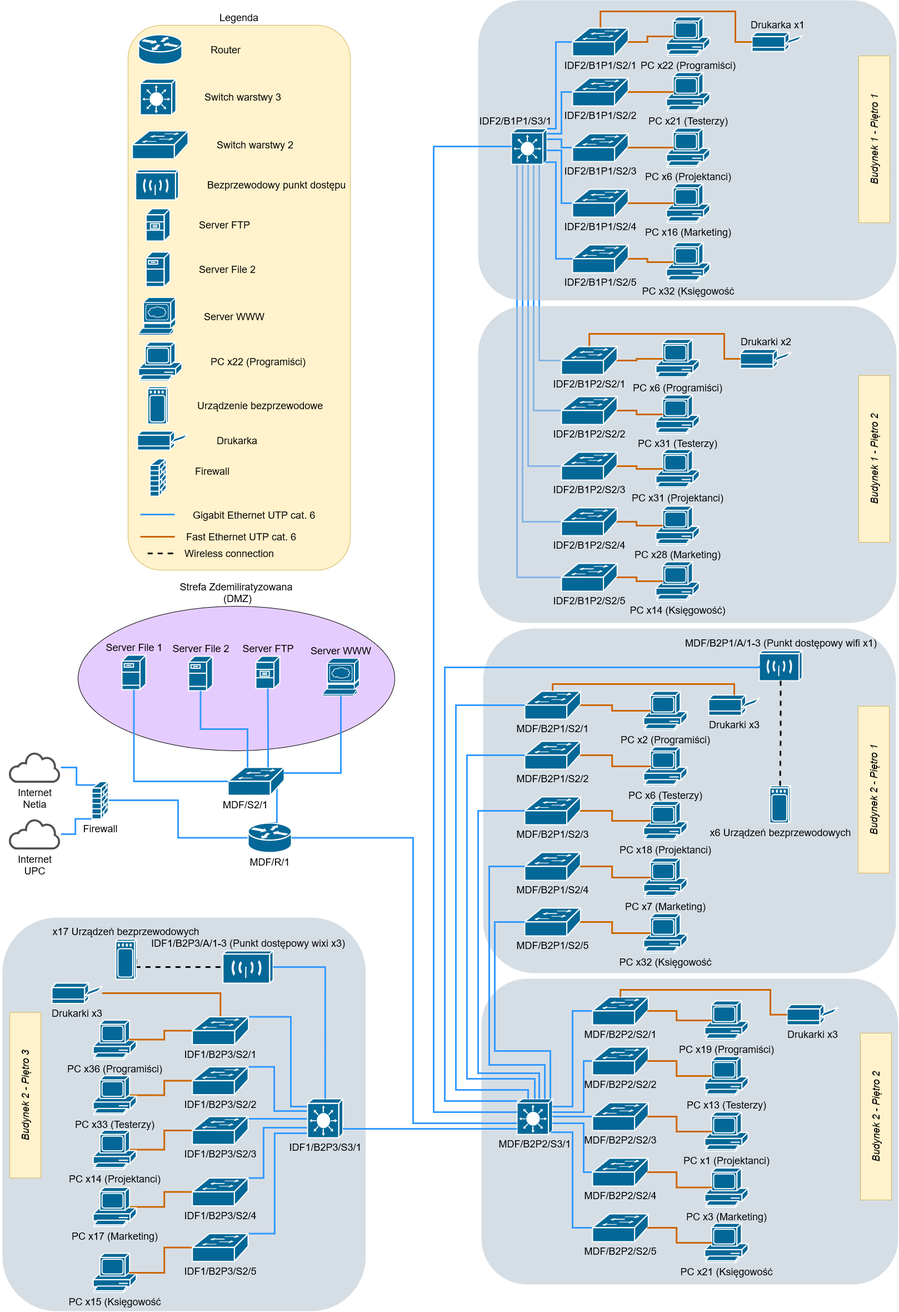
Before: etap3/TS_Network_Logic.drawio.png, a diagram exported from draw.io (Byczax/TS-Project). Source tidied: cells renumbered, new cells last; positions are measured from the earlier drawing's top-left corner, leaving out a move shared by most shapes.
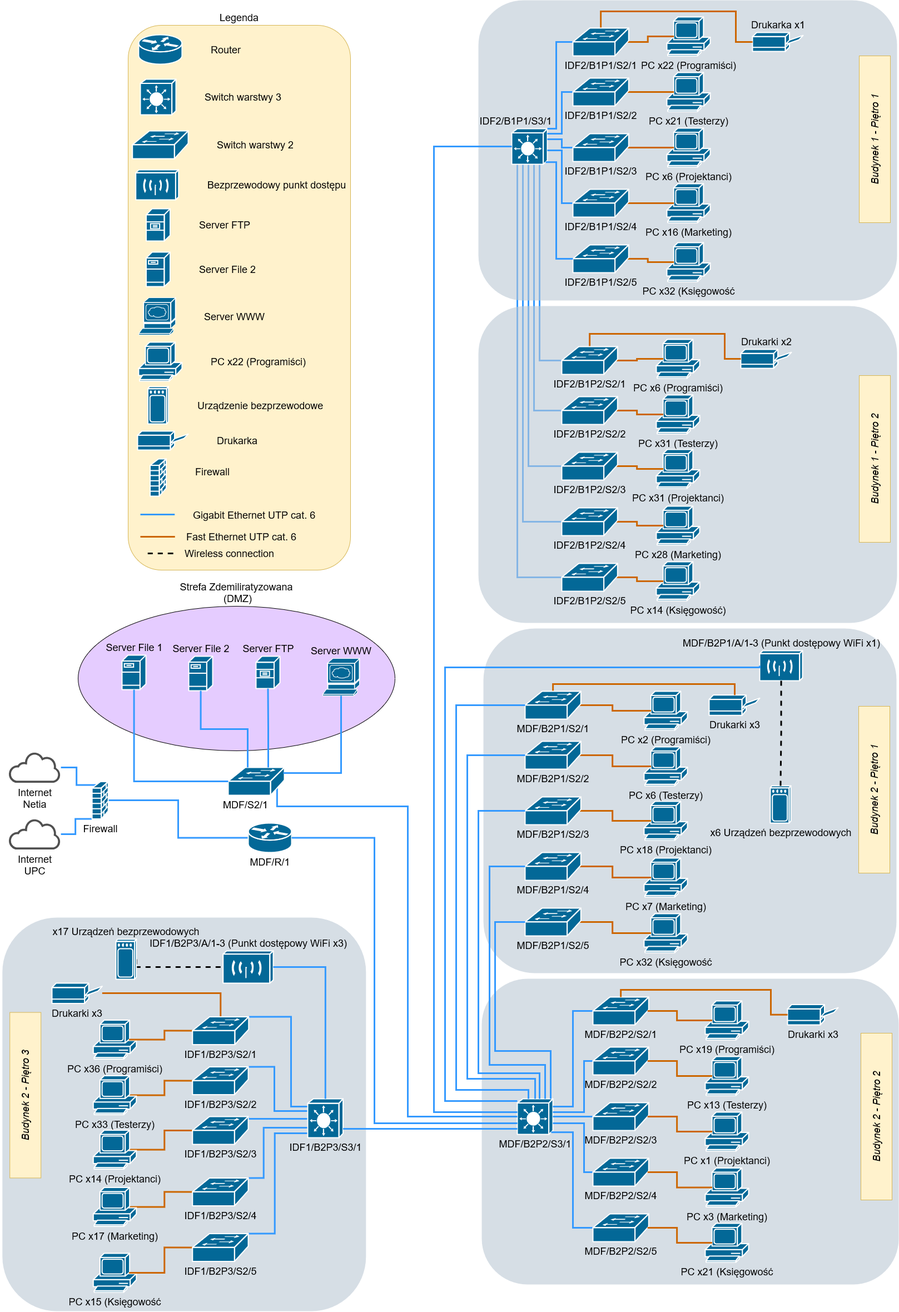
The same diagram one commit later.

What changed in the source:
```diff
@@ -129,10 +129,12 @@
     <mxCell id="33" value="&lt;div style=&quot;font-size: 18px;&quot;&gt;Firewall&lt;/div&gt;&lt;div style=&quot;font-size: 18px;&quot;&gt;&lt;br style=&quot;font-size: 18px;&quot;&gt;&lt;/div&gt;" style="shape=mxgraph.cisco.security.firewall;html=1;dashed=0;fillColor=#036897;strokeColor=#ffffff;strokeWidth=2;verticalLabelPosition=bottom;verticalAlign=top;align=center;outlineConnect=0;fontSize=18;" parent="1" vertex="1">
       <mxGeometry x="269.1" y="1405.5" width="29" height="67" as="geometry" />
     </mxCell>
-    <mxCell id="34" style="edgeStyle=orthogonalEdgeStyle;rounded=0;jettySize=auto;html=1;exitX=0.5;exitY=0;exitDx=0;exitDy=0;exitPerimeter=0;fontSize=18;endArrow=none;strokeColor=#3399FF;strokeWidth=3;entryX=0.87;entryY=0.74;entryDx=0;entryDy=0;entryPerimeter=0;" parent="1" edge="1" source="35" target="36">
+    <mxCell id="34" style="edgeStyle=orthogonalEdgeStyle;rounded=0;jettySize=auto;html=1;fontSize=18;endArrow=none;strokeColor=#3399FF;strokeWidth=3;entryX=0.87;entryY=0.74;entryDx=0;entryDy=0;entryPerimeter=0;exitX=0;exitY=0.5;exitDx=0;exitDy=0;exitPerimeter=0;" parent="1" edge="1" source="4" target="36">
       <mxGeometry relative="1" as="geometry">
         <Array as="points">
-          <mxPoint x="602" y="1480" />
+          <mxPoint x="837" y="2008" />
+          <mxPoint x="837" y="1450" />
+          <mxPoint x="602" y="1450" />
         </Array>
       </mxGeometry>
     </mxCell>
@@ -472,7 +474,7 @@
     <mxCell id="116" style="rounded=1;whiteSpace=wrap;html=1;strokeColor=none;fillColor=#BAC8D3;fontSize=18;fontColor=#23445D;align=center;opacity=60;" parent="115" vertex="1">
       <mxGeometry width="743" height="620" as="geometry" />
     </mxCell>
-    <mxCell id="117" value="MDF/B2P1/A/1-3 (Punkt dostępowy wifi x1)" style="shape=mxgraph.cisco.wireless.wireless_transport;html=1;dashed=0;fillColor=#036897;strokeColor=#ffffff;strokeWidth=2;verticalLabelPosition=top;verticalAlign=bottom;align=center;outlineConnect=0;fontSize=18;labelPosition=center;" parent="115" vertex="1">
+    <mxCell id="117" value="MDF/B2P1/A/1-3 (Punkt dostępowy WiFi x1)" style="shape=mxgraph.cisco.wireless.wireless_transport;html=1;dashed=0;fillColor=#036897;strokeColor=#ffffff;strokeWidth=2;verticalLabelPosition=top;verticalAlign=bottom;align=center;outlineConnect=0;fontSize=18;labelPosition=center;" parent="115" vertex="1">
       <mxGeometry x="497" y="40" width="77" height="54" as="geometry" />
     </mxCell>
     <mxCell id="118" value="x6 Urządzeń bezprzewodowych" style="shape=mxgraph.cisco.wireless.wireless;html=1;dashed=0;fillColor=#036897;strokeColor=#ffffff;strokeWidth=2;verticalLabelPosition=bottom;verticalAlign=top;align=center;outlineConnect=0;fontSize=18;labelPosition=center;" parent="115" vertex="1">
@@ -570,8 +572,8 @@
     <mxCell id="141" style="edgeStyle=orthogonalEdgeStyle;rounded=0;jettySize=auto;html=1;exitX=1;exitY=0.5;exitDx=0;exitDy=0;exitPerimeter=0;fontSize=18;endArrow=none;strokeColor=#3399FF;strokeWidth=3;" parent="1" edge="1" source="35" target="4">
       <mxGeometry relative="1" as="geometry">
         <Array as="points">
-          <mxPoint x="847" y="1507" />
-          <mxPoint x="847" y="2020" />
+          <mxPoint x="777" y="1507" />
+          <mxPoint x="777" y="2020" />
         </Array>
       </mxGeometry>
     </mxCell>
@@ -722,7 +724,7 @@
     <mxCell id="171" value="IDF1/B2P3/S3/1" style="shape=mxgraph.cisco.switches.layer_3_switch;sketch=0;html=1;dashed=0;fillColor=#036897;strokeColor=#ffffff;strokeWidth=2;verticalLabelPosition=bottom;verticalAlign=top;align=center;outlineConnect=0;fontSize=18;" parent="1" vertex="1">
       <mxGeometry x="657" y="1976" width="63.5" height="70" as="geometry" />
     </mxCell>
-    <mxCell id="172" value="IDF1/B2P3/A/1-3 (Punkt dostępowy wixi x3)" style="shape=mxgraph.cisco.wireless.wireless_transport;html=1;dashed=0;fillColor=#036897;strokeColor=#ffffff;strokeWidth=2;verticalLabelPosition=top;verticalAlign=bottom;align=center;outlineConnect=0;fontSize=18;labelPosition=center;" parent="1" vertex="1">
+    <mxCell id="172" value="IDF1/B2P3/A/1-3 (Punkt dostępowy WiFi x3)" style="shape=mxgraph.cisco.wireless.wireless_transport;html=1;dashed=0;fillColor=#036897;strokeColor=#ffffff;strokeWidth=2;verticalLabelPosition=top;verticalAlign=bottom;align=center;outlineConnect=0;fontSize=18;labelPosition=center;" parent="1" vertex="1">
       <mxGeometry x="504.8" y="1710" width="90.3" height="58" as="geometry" />
     </mxCell>
     <mxCell id="173" value="x17 Urządzeń bezprzewodowych" style="shape=mxgraph.cisco.wireless.wireless;html=1;dashed=0;fillColor=#036897;strokeColor=#ffffff;strokeWidth=2;verticalLabelPosition=top;verticalAlign=bottom;align=center;outlineConnect=0;fontSize=18;labelPosition=center;" parent="1" vertex="1">
```
